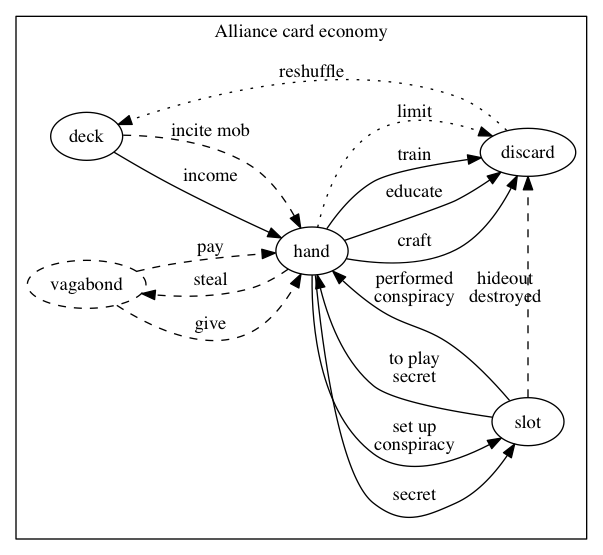
Above: diagrams/alliance-cards.png in krawaller/root (Graphviz), before the change. Its source is kept beside it as diagrams/alliance-cards.dot.
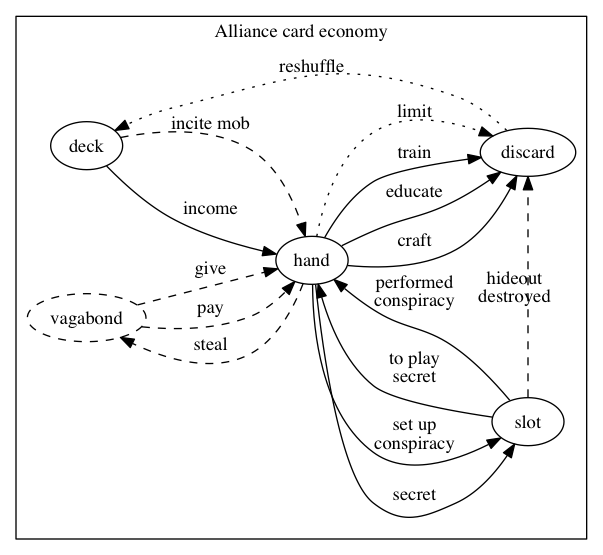
The same file after the commit.

Commit message:
nicify alliance card diagram

What changed in the source:
```diff
@@ -7,6 +7,7 @@
     label = "Alliance card economy\n "
 
     deck -> hand [label="income"]
+    deck -> hand [label="income" color=transparent fontcolor=transparent]
 
     hand -> discard [label="limit" style=dotted]
 
@@ -24,7 +25,7 @@
 
     slot -> hand [label="performed\nconspiracy"]
 
-    slot -> discard [label="hideout\ndestroyed" style=dashed]
+    slot -> discard [label="    hideout\n    destroyed" style=dashed]
 
     deck -> hand [label="incite mob" style=dashed]
 
```
